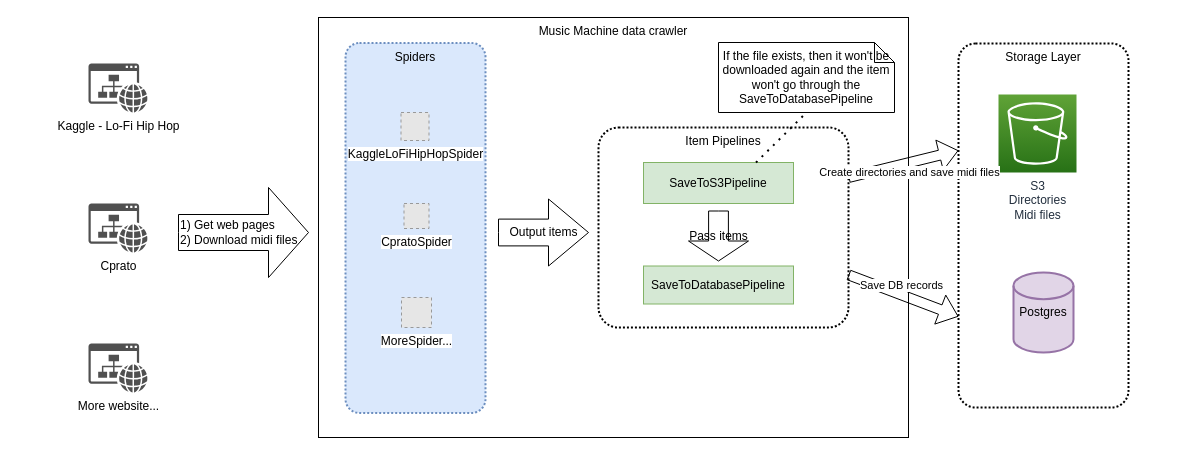
Above: MusicMachine Design.drawio in yaohuiwu/SimpleFS (draw.io), before the change. Source tidied: cells renumbered, new cells numbered last; positions are measured from the earlier drawing's top-left corner, leaving out a move shared by most shapes. Both pictures are drawn from the tidied source at 100%, with x=0, y=0 at pixel (88, 17). Pictures stored in the file or linked from it are replaced by grey dashed boxes.
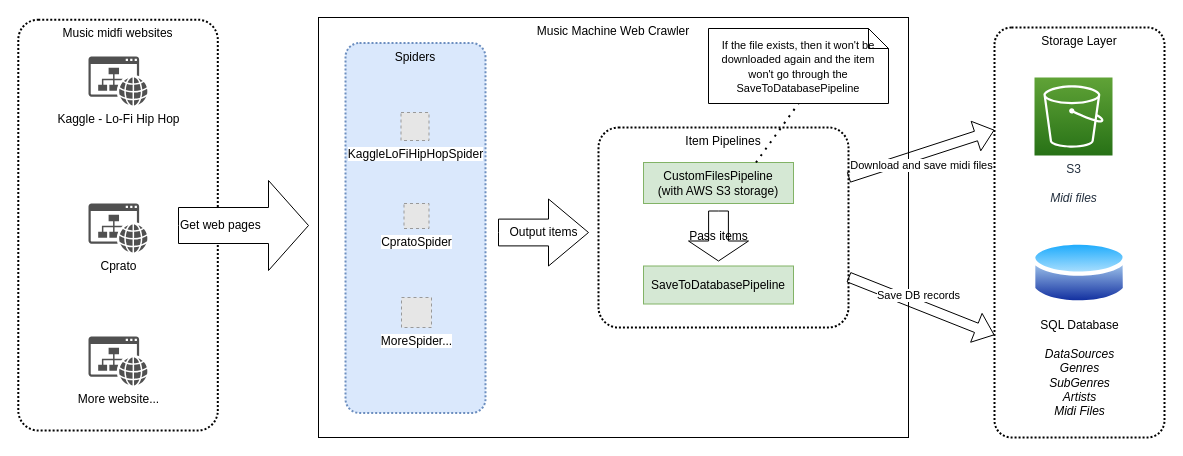
The same diagram, later.

Unchanged cells that the change refers to:
```xml
<mxCell id="13" value="Item Pipelines" style="rounded=1;arcSize=10;dashed=1;fillColor=none;gradientColor=none;dashPattern=1 1;strokeWidth=2;verticalAlign=top;" parent="1" vertex="1">
  <mxGeometry x="510" y="110" width="250" height="200" as="geometry" />
</mxCell>
```

What changed in the source:
```diff
@@
+    <mxCell id="25" value="Music midfi websites" style="rounded=1;arcSize=10;dashed=1;fillColor=none;gradientColor=none;dashPattern=1 1;strokeWidth=2;verticalAlign=top;" parent="1" vertex="1">
+      <mxGeometry x="-70.2" y="2.2" width="199.5" height="410.8" as="geometry" />
+    </mxCell>
-    <mxCell id="2" value="Music Machine data crawler" style="rounded=0;whiteSpace=wrap;html=1;verticalAlign=top;" parent="1" vertex="1">
+    <mxCell id="2" value="Music Machine Web Crawler" style="rounded=0;whiteSpace=wrap;html=1;verticalAlign=top;" parent="1" vertex="1">
       <mxGeometry x="230" width="590" height="420" as="geometry" />
     </mxCell>
     <mxCell id="3" value="Storage Layer" style="rounded=1;arcSize=10;dashed=1;fillColor=none;gradientColor=none;dashPattern=1 1;strokeWidth=2;verticalAlign=top;" parent="1" vertex="1">
-      <mxGeometry x="870" y="26" width="170" height="364" as="geometry" />
+      <mxGeometry x="906" y="10" width="170" height="410" as="geometry" />
     </mxCell>
-    <mxCell id="4" value="S3&lt;br&gt;Directories&lt;br&gt;Midi files" style="sketch=0;fontColor=#232F3E;gradientColor=#60A337;gradientDirection=north;fillColor=#277116;strokeColor=#ffffff;dashed=0;verticalLabelPosition=bottom;verticalAlign=top;align=center;html=1;fontSize=12;fontStyle=0;shape=mxgraph.aws4.resourceIcon;resIcon=mxgraph.aws4.s3;" parent="1" vertex="1">
-      <mxGeometry x="910" y="77" width="78" height="78" as="geometry" />
+    <mxCell id="4" value="S3&lt;br&gt;&lt;br&gt;&lt;i&gt;Midi files&lt;/i&gt;" style="sketch=0;fontColor=#232F3E;gradientColor=#60A337;gradientDirection=north;fillColor=#277116;strokeColor=#ffffff;dashed=0;verticalLabelPosition=bottom;verticalAlign=top;align=center;html=1;fontSize=12;fontStyle=0;shape=mxgraph.aws4.resourceIcon;resIcon=mxgraph.aws4.s3;" parent="1" vertex="1">
+      <mxGeometry x="946" y="60" width="78" height="78" as="geometry" />
     </mxCell>
-    <mxCell id="5" value="Postgres" style="strokeWidth=2;html=1;shape=mxgraph.flowchart.database;whiteSpace=wrap;fillColor=#e1d5e7;strokeColor=#9673a6;" parent="1" vertex="1">
-      <mxGeometry x="925" y="255" width="60" height="80" as="geometry" />
-    </mxCell>
@@
     <mxCell id="7" value="Kaggle - Lo-Fi Hip Hop" style="sketch=0;shadow=0;dashed=0;html=1;strokeColor=none;fillColor=#505050;labelPosition=center;verticalLabelPosition=bottom;verticalAlign=top;align=center;shape=mxgraph.office.concepts.website;" parent="1" vertex="1">
-      <mxGeometry y="46" width="59" height="49" as="geometry" />
+      <mxGeometry y="39" width="59" height="49" as="geometry" />
     </mxCell>
@@
     <mxCell id="9" value="More website..." style="sketch=0;shadow=0;dashed=0;html=1;strokeColor=none;fillColor=#505050;labelPosition=center;verticalLabelPosition=bottom;verticalAlign=top;align=center;shape=mxgraph.office.concepts.website;" parent="1" vertex="1">
-      <mxGeometry y="326" width="59" height="49" as="geometry" />
+      <mxGeometry y="319" width="59" height="49" as="geometry" />
     </mxCell>
@@
-    <mxCell id="14" value="1) Get web pages&lt;br&gt;2) Download midi files" style="html=1;shadow=0;dashed=0;align=left;verticalAlign=middle;shape=mxgraph.arrows2.arrow;dy=0.6;dx=40;notch=0;" parent="1" vertex="1">
-      <mxGeometry x="90" y="170" width="130" height="90" as="geometry" />
+    <mxCell id="14" value="Get web pages" style="html=1;shadow=0;dashed=0;align=left;verticalAlign=middle;shape=mxgraph.arrows2.arrow;dy=0.6;dx=40;notch=0;" parent="1" vertex="1">
+      <mxGeometry x="90" y="163" width="130" height="90" as="geometry" />
     </mxCell>
@@
-    <mxCell id="16" value="SaveToS3Pipeline" style="rounded=0;whiteSpace=wrap;html=1;fillColor=#d5e8d4;strokeColor=#82b366;" parent="1" vertex="1">
+    <mxCell id="16" value="CustomFilesPipeline&lt;br&gt;(with AWS S3 storage)" style="rounded=0;whiteSpace=wrap;html=1;fillColor=#d5e8d4;strokeColor=#82b366;" parent="1" vertex="1">
       <mxGeometry x="555" y="145" width="150" height="41" as="geometry" />
     </mxCell>
-    <mxCell id="17" value="If the file exists, then it won't be downloaded again and the item won't go through the SaveToDatabasePipeline" style="shape=note;size=20;whiteSpace=wrap;html=1;" parent="1" vertex="1">
-      <mxGeometry x="630" y="25" width="176" height="70" as="geometry" />
+    <mxCell id="17" value="&lt;font style=&quot;font-size: 11px;&quot;&gt;If the file exists, then it won't be downloaded again and the item won't go through the SaveToDatabasePipeline&lt;/font&gt;" style="shape=note;size=20;whiteSpace=wrap;html=1;" parent="1" vertex="1">
+      <mxGeometry x="620" y="11" width="180" height="75" as="geometry" />
     </mxCell>
@@
-    <mxCell id="20" style="shape=flexArrow;endArrow=classic;html=1;rounded=0;entryX=0;entryY=0.294;entryDx=0;entryDy=0;entryPerimeter=0;exitX=1;exitY=0.25;exitDx=0;exitDy=0;" parent="1" edge="1" source="13" target="3">
+    <mxCell id="20" style="shape=flexArrow;endArrow=classic;html=1;rounded=0;entryX=0;entryY=0.25;entryDx=0;entryDy=0;exitX=1;exitY=0.25;exitDx=0;exitDy=0;" parent="1" edge="1" source="13" target="3">
       <mxGeometry relative="1" as="geometry" />
     </mxCell>
-    <mxCell id="21" value="Create directories and save midi files" style="edgeLabel;html=1;align=center;verticalAlign=middle;" parent="20" vertex="1">
+    <mxCell id="21" value="Download and save midi files" style="edgeLabel;html=1;align=center;verticalAlign=middle;" parent="20" vertex="1">
       <mxGeometry x="-0.31" y="-1" relative="1" as="geometry">
         <mxPoint x="22" y="3" as="offset" />
       </mxGeometry>
     </mxCell>
@@
+    <mxCell id="26" value="SQL Database&lt;br&gt;&lt;br&gt;&lt;i&gt;DataSources&lt;br&gt;Genres&lt;br&gt;SubGenres&lt;br&gt;Artists&lt;br&gt;Midi Files&lt;/i&gt;" style="image;perimeter=ellipsePerimeter;html=1;align=center;shadow=0;dashed=0;spacingTop=3;image=img/lib/active_directory/database.svg;" parent="1" vertex="1">
+      <mxGeometry x="943" y="220" width="96.1" height="71.1" as="geometry" />
+    </mxCell>
```
